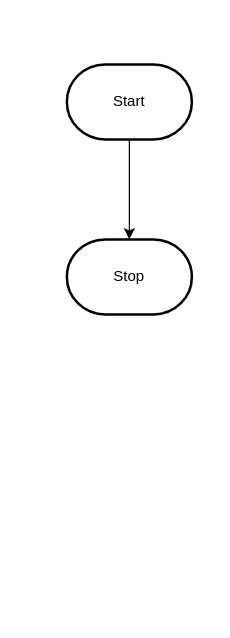
MTHS-TEJ2O-1-2023/TEJ2O-Unit-2-16-sophie-nguyen-0 keeps this draw.io diagram as design/flowchart.drawio. Above is the earlier version. Source tidied: cells renumbered, new cells numbered last; positions are measured from the earlier drawing's top-left corner, leaving out a move shared by most shapes. Both pictures are drawn from the tidied source at 125%, with x=0, y=0 at pixel (66, 64).
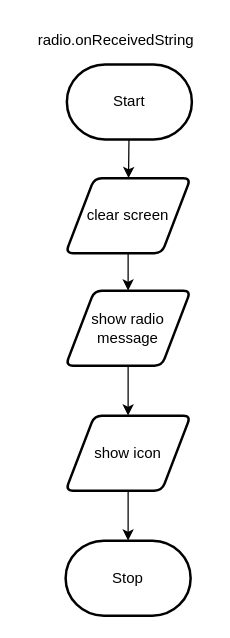
The same diagram, later.

Change to the diagram source:
```diff
@@
 <mxGraphModel>
   <root>
     <mxCell id="0" />
     <mxCell id="1" parent="0" />
-    <mxCell id="2" style="edgeStyle=orthogonalEdgeStyle;html=1;rounded=0;" parent="1" edge="1" source="3" target="4">
-      <mxGeometry relative="1" as="geometry" />
-    </mxCell>
+    <mxCell id="5" style="edgeStyle=none;html=1;" parent="1" edge="1" source="3" target="8">
+      <mxGeometry relative="1" as="geometry" />
+    </mxCell>
     <mxCell id="3" value="Start" style="strokeWidth=2;html=1;shape=mxgraph.flowchart.terminator;whiteSpace=wrap;" parent="1" vertex="1">
       <mxGeometry width="100" height="60" as="geometry" />
     </mxCell>
     <mxCell id="4" value="Stop" style="strokeWidth=2;html=1;shape=mxgraph.flowchart.terminator;whiteSpace=wrap;" parent="1" vertex="1">
-      <mxGeometry y="140" width="100" height="60" as="geometry" />
+      <mxGeometry x="-1" y="381" width="100" height="60" as="geometry" />
     </mxCell>
+    <mxCell id="6" value="radio.onReceivedString" style="text;html=1;align=center;verticalAlign=middle;strokeColor=none;fillColor=none;" parent="1" vertex="1">
+      <mxGeometry x="-36" y="-34" width="150" height="30" as="geometry" />
+    </mxCell>
+    <mxCell id="7" style="edgeStyle=none;html=1;" parent="1" edge="1" source="8" target="10">
+      <mxGeometry relative="1" as="geometry" />
+    </mxCell>
+    <mxCell id="8" value="clear screen" style="shape=parallelogram;html=1;strokeWidth=2;perimeter=parallelogramPerimeter;whiteSpace=wrap;rounded=1;arcSize=12;size=0.23;" parent="1" vertex="1">
+      <mxGeometry x="-1" y="91" width="100" height="60" as="geometry" />
+    </mxCell>
+    <mxCell id="9" style="edgeStyle=none;html=1;" parent="1" edge="1" source="10" target="12">
+      <mxGeometry relative="1" as="geometry" />
+    </mxCell>
+    <mxCell id="10" value="show radio message" style="shape=parallelogram;html=1;strokeWidth=2;perimeter=parallelogramPerimeter;whiteSpace=wrap;rounded=1;arcSize=12;size=0.23;" parent="1" vertex="1">
+      <mxGeometry x="-1" y="181" width="100" height="60" as="geometry" />
+    </mxCell>
+    <mxCell id="11" style="edgeStyle=none;html=1;" parent="1" edge="1" source="12" target="4">
+      <mxGeometry relative="1" as="geometry" />
+    </mxCell>
+    <mxCell id="12" value="show icon" style="shape=parallelogram;html=1;strokeWidth=2;perimeter=parallelogramPerimeter;whiteSpace=wrap;rounded=1;arcSize=12;size=0.23;" parent="1" vertex="1">
+      <mxGeometry x="-1" y="281" width="100" height="60" as="geometry" />
+    </mxCell>
   </root>
 </mxGraphModel>
```
